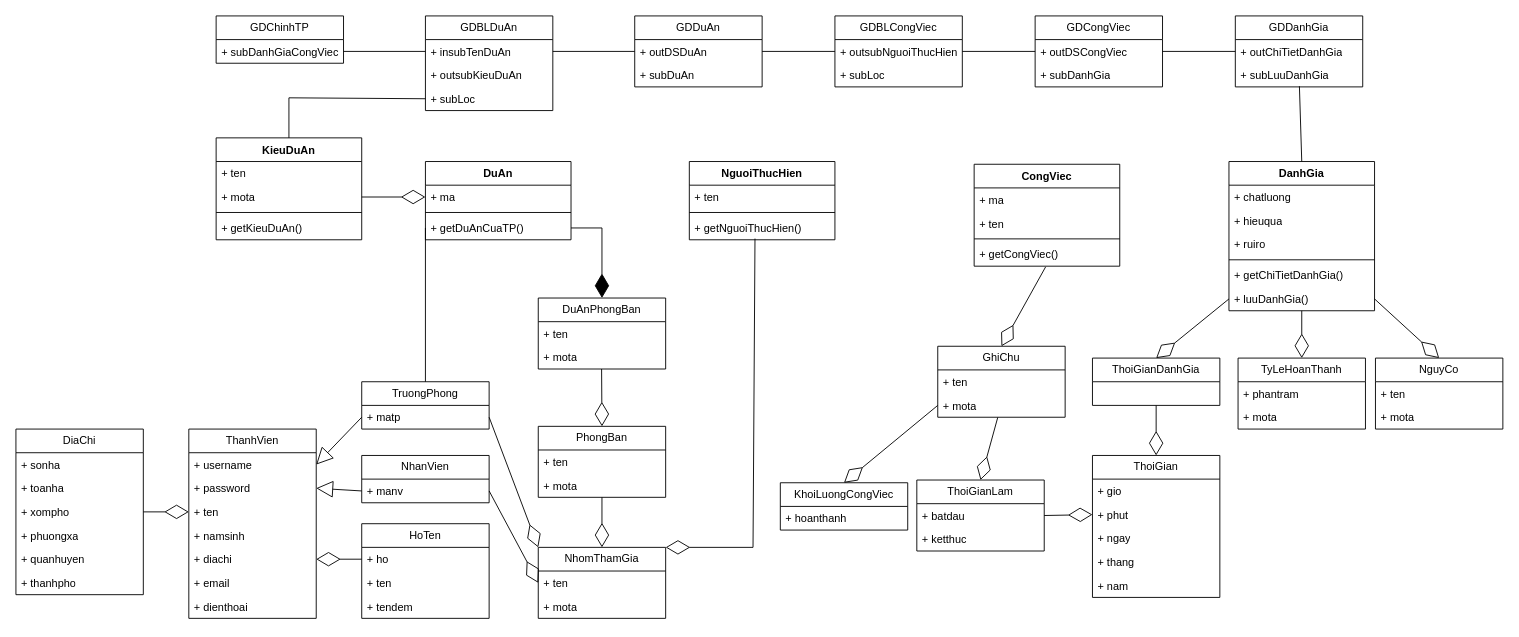
Before: Class.drawio in ToanTa0326/next_test, a draw.io diagram. Source tidied: cells renumbered, new cells numbered last; positions are measured from the earlier drawing's top-left corner, leaving out a move shared by most shapes. Both pictures are drawn from the tidied source at 91%, with x=0, y=0 at pixel (15, 15).
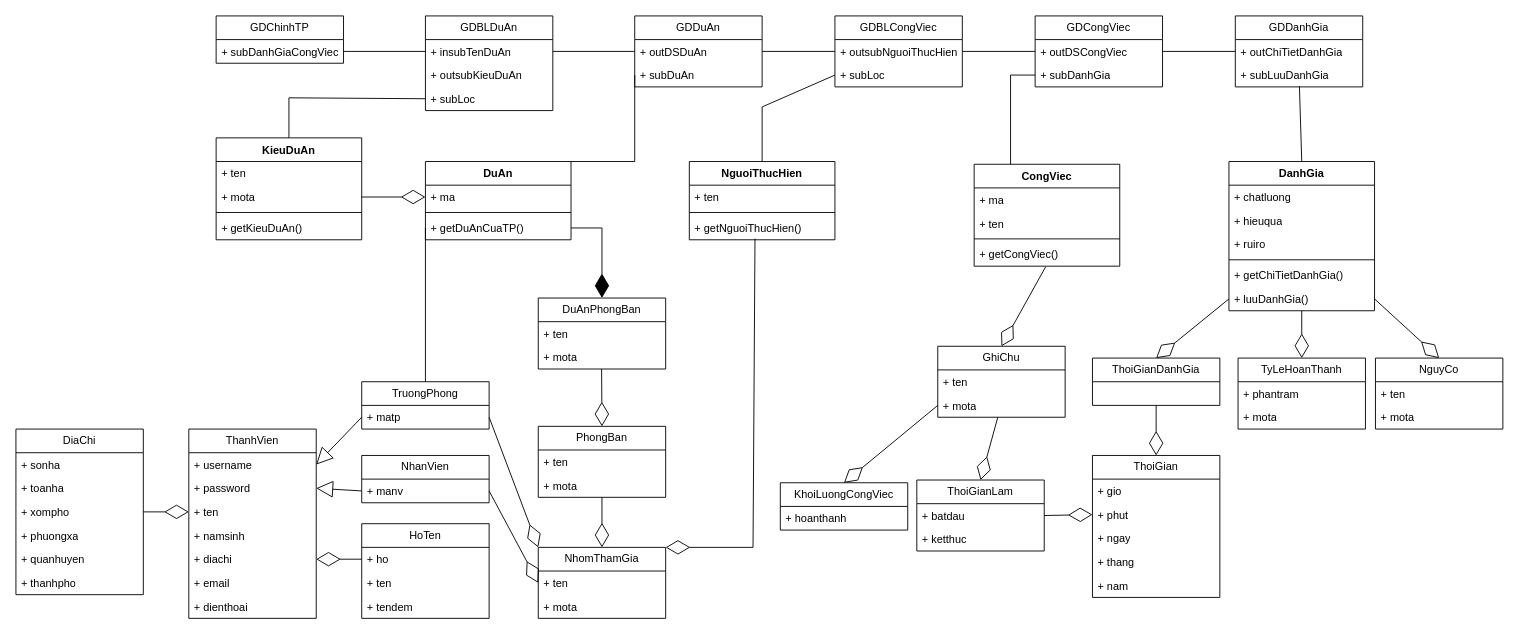
The same page after the edit.

The change refers to these unchanged cells:
```xml
<mxCell id="10" value="+ subLoc" style="text;strokeColor=none;fillColor=none;align=left;verticalAlign=top;spacingLeft=4;spacingRight=4;overflow=hidden;points=[[0,0.5],[1,0.5]];portConstraint=eastwest;whiteSpace=wrap;html=1;" parent="8" vertex="1">
  <mxGeometry y="52" width="140" height="26" as="geometry" />
</mxCell>
<mxCell id="13" value="+ subDuAn" style="text;strokeColor=none;fillColor=none;align=left;verticalAlign=top;spacingLeft=4;spacingRight=4;overflow=hidden;points=[[0,0.5],[1,0.5]];portConstraint=eastwest;whiteSpace=wrap;html=1;" parent="11" vertex="1">
  <mxGeometry y="52" width="140" height="26" as="geometry" />
</mxCell>
<mxCell id="16" value="+ subDanhGia" style="text;strokeColor=none;fillColor=none;align=left;verticalAlign=top;spacingLeft=4;spacingRight=4;overflow=hidden;points=[[0,0.5],[1,0.5]];portConstraint=eastwest;whiteSpace=wrap;html=1;" parent="14" vertex="1">
  <mxGeometry y="52" width="140" height="26" as="geometry" />
</mxCell>
<mxCell id="25" value="DuAn" style="swimlane;fontStyle=1;align=center;verticalAlign=top;horizontal=1;startSize=26;whiteSpace=wrap;html=1;" parent="1" vertex="1">
  <mxGeometry x="450" y="160" width="160" height="86" as="geometry" />
</mxCell>
<mxCell id="29" value="NguoiThucHien" style="swimlane;fontStyle=1;align=center;verticalAlign=top;horizontal=1;startSize=26;whiteSpace=wrap;html=1;" parent="1" vertex="1">
  <mxGeometry x="740" y="160" width="160" height="86" as="geometry" />
</mxCell>
<mxCell id="33" value="CongViec" style="swimlane;fontStyle=1;align=center;verticalAlign=top;horizontal=1;startSize=26;whiteSpace=wrap;html=1;" parent="1" vertex="1">
  <mxGeometry x="1053" y="163" width="160" height="112" as="geometry" />
</mxCell>
```

The edit, as a diff of the source:
```diff
@@
+    <mxCell id="125" style="endArrow=none;html=1;rounded=0;entryX=0;entryY=0.5;entryDx=0;entryDy=0;exitX=1;exitY=0;exitDx=0;exitDy=0;" parent="1" edge="1" source="25" target="13">
+      <mxGeometry relative="1" as="geometry">
+        <Array as="points">
+          <mxPoint x="680" y="160" />
+        </Array>
+      </mxGeometry>
+    </mxCell>
+    <mxCell id="126" style="endArrow=none;html=1;rounded=0;entryX=0;entryY=0.5;entryDx=0;entryDy=0;exitX=0.5;exitY=0;exitDx=0;exitDy=0;" parent="1" edge="1" source="29" target="10">
+      <mxGeometry relative="1" as="geometry">
+        <Array as="points">
+          <mxPoint x="820" y="100" />
+        </Array>
+      </mxGeometry>
+    </mxCell>
+    <mxCell id="127" style="endArrow=none;html=1;rounded=0;entryX=0;entryY=0.5;entryDx=0;entryDy=0;exitX=0.25;exitY=0;exitDx=0;exitDy=0;" parent="1" edge="1" source="33" target="16">
+      <mxGeometry relative="1" as="geometry">
+        <Array as="points">
+          <mxPoint x="1093" y="65" />
+        </Array>
+      </mxGeometry>
+    </mxCell>
```
